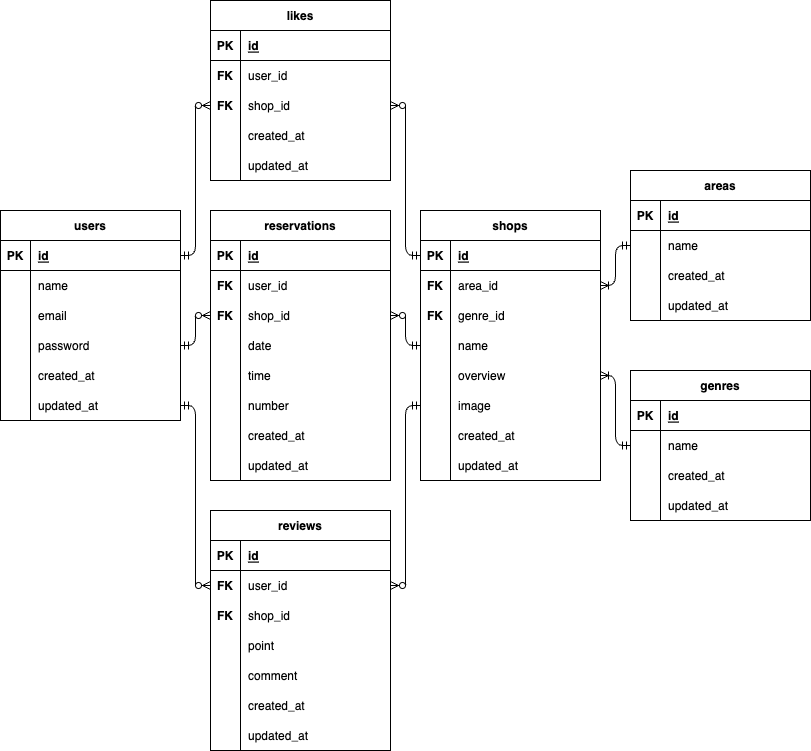
Above: er.drawio.png in Naganuma-Mai/rese (draw.io), before the change. Source tidied: cells renumbered, new cells last; positions are measured from the earlier drawing's top-left corner, leaving out a move shared by most shapes.
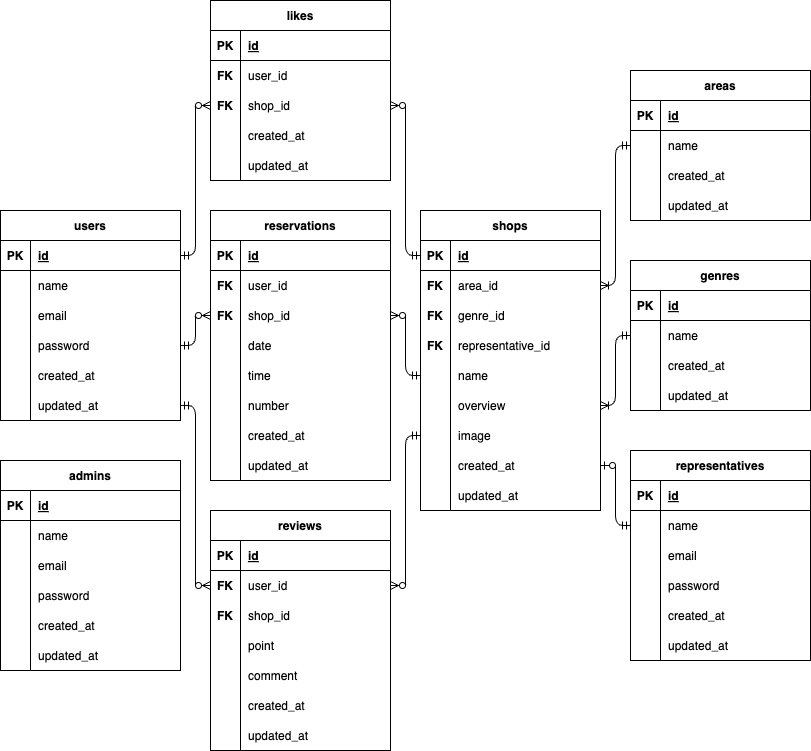
Above is the later version.

Change to the diagram source:
```diff
@@ -3,7 +3,7 @@
     <mxCell id="0" />
     <mxCell id="1" parent="0" />
     <mxCell id="2" value="shops" style="shape=table;startSize=30;rowLines=0;fontStyle=1;align=center;" parent="1" vertex="1">
-      <mxGeometry x="420" y="210" width="180" height="270" as="geometry" />
+      <mxGeometry x="420" y="210" width="180" height="300" as="geometry" />
     </mxCell>
     <mxCell id="3" style="shape=tableRow;horizontal=0;startSize=0;swimlaneHead=0;swimlaneBody=0;fillColor=none;points=[[0,0.5],[1,0.5]];portConstraint=eastwest;top=0;left=0;right=0;bottom=1;" parent="2" vertex="1">
       <mxGeometry y="30" width="180" height="30" as="geometry" />
@@ -32,8 +32,17 @@
     <mxCell id="11" value="genre_id" style="shape=partialRectangle;fillColor=none;top=0;left=0;bottom=0;right=0;align=left;spacingLeft=6;overflow=hidden;" parent="9" vertex="1">
       <mxGeometry x="30" width="150" height="30" as="geometry" />
     </mxCell>
+    <mxCell id="143" style="shape=tableRow;horizontal=0;startSize=0;swimlaneHead=0;swimlaneBody=0;fillColor=none;top=0;left=0;right=0;bottom=0;" parent="2" vertex="1">
+      <mxGeometry y="120" width="180" height="30" as="geometry" />
+    </mxCell>
+    <mxCell id="144" value="FK" style="shape=partialRectangle;fillColor=none;top=0;left=0;bottom=0;right=0;overflow=hidden;fontStyle=1;" parent="143" vertex="1">
+      <mxGeometry width="30" height="30" as="geometry" />
+    </mxCell>
+    <mxCell id="145" value="representative_id" style="shape=partialRectangle;fillColor=none;top=0;left=0;bottom=0;right=0;align=left;spacingLeft=6;overflow=hidden;" parent="143" vertex="1">
+      <mxGeometry x="30" width="150" height="30" as="geometry" />
+    </mxCell>
     <mxCell id="12" style="shape=tableRow;horizontal=0;startSize=0;swimlaneHead=0;swimlaneBody=0;fillColor=none;points=[[0,0.5],[1,0.5]];portConstraint=eastwest;top=0;left=0;right=0;bottom=0;" parent="2" vertex="1">
-      <mxGeometry y="120" width="180" height="30" as="geometry" />
+      <mxGeometry y="150" width="180" height="30" as="geometry" />
     </mxCell>
     <mxCell id="13" style="shape=partialRectangle;fillColor=none;top=0;left=0;bottom=0;right=0;overflow=hidden;" parent="12" vertex="1">
       <mxGeometry width="30" height="30" as="geometry" />
@@ -42,7 +51,7 @@
       <mxGeometry x="30" width="150" height="30" as="geometry" />
     </mxCell>
     <mxCell id="15" style="shape=tableRow;horizontal=0;startSize=0;swimlaneHead=0;swimlaneBody=0;fillColor=none;points=[[0,0.5],[1,0.5]];portConstraint=eastwest;top=0;left=0;right=0;bottom=0;" parent="2" vertex="1">
-      <mxGeometry y="150" width="180" height="30" as="geometry" />
+      <mxGeometry y="180" width="180" height="30" as="geometry" />
     </mxCell>
     <mxCell id="16" style="shape=partialRectangle;fillColor=none;top=0;left=0;bottom=0;right=0;overflow=hidden;" parent="15" vertex="1">
       <mxGeometry width="30" height="30" as="geometry" />
@@ -51,7 +60,7 @@
       <mxGeometry x="30" width="150" height="30" as="geometry" />
     </mxCell>
     <mxCell id="18" style="shape=tableRow;horizontal=0;startSize=0;swimlaneHead=0;swimlaneBody=0;fillColor=none;points=[[0,0.5],[1,0.5]];portConstraint=eastwest;top=0;left=0;right=0;bottom=0;" parent="2" vertex="1">
-      <mxGeometry y="180" width="180" height="30" as="geometry" />
+      <mxGeometry y="210" width="180" height="30" as="geometry" />
     </mxCell>
     <mxCell id="19" style="shape=partialRectangle;fillColor=none;top=0;left=0;bottom=0;right=0;overflow=hidden;" parent="18" vertex="1">
       <mxGeometry width="30" height="30" as="geometry" />
@@ -60,7 +69,7 @@
       <mxGeometry x="30" width="150" height="30" as="geometry" />
     </mxCell>
     <mxCell id="21" style="shape=tableRow;horizontal=0;startSize=0;swimlaneHead=0;swimlaneBody=0;fillColor=none;points=[[0,0.5],[1,0.5]];portConstraint=eastwest;top=0;left=0;right=0;bottom=0;" parent="2" vertex="1">
-      <mxGeometry y="210" width="180" height="30" as="geometry" />
+      <mxGeometry y="240" width="180" height="30" as="geometry" />
     </mxCell>
     <mxCell id="22" style="shape=partialRectangle;fillColor=none;top=0;left=0;bottom=0;right=0;overflow=hidden;" parent="21" vertex="1">
       <mxGeometry width="30" height="30" as="geometry" />
@@ -69,7 +78,7 @@
       <mxGeometry x="30" width="150" height="30" as="geometry" />
     </mxCell>
     <mxCell id="24" style="shape=tableRow;horizontal=0;startSize=0;swimlaneHead=0;swimlaneBody=0;fillColor=none;top=0;left=0;right=0;bottom=0;" parent="2" vertex="1">
-      <mxGeometry y="240" width="180" height="30" as="geometry" />
+      <mxGeometry y="270" width="180" height="30" as="geometry" />
     </mxCell>
     <mxCell id="25" style="shape=partialRectangle;fillColor=none;top=0;left=0;bottom=0;right=0;overflow=hidden;" parent="24" vertex="1">
       <mxGeometry width="30" height="30" as="geometry" />
@@ -138,7 +147,7 @@
       <mxGeometry relative="1" as="geometry" />
     </mxCell>
     <mxCell id="47" value="areas" style="shape=table;startSize=30;rowLines=0;fontStyle=1;align=center;" parent="1" vertex="1">
-      <mxGeometry x="630" y="170" width="180" height="150" as="geometry" />
+      <mxGeometry x="630" y="70" width="180" height="150" as="geometry" />
     </mxCell>
     <mxCell id="48" style="shape=tableRow;horizontal=0;startSize=0;swimlaneHead=0;swimlaneBody=0;fillColor=none;top=0;left=0;right=0;bottom=1;" parent="47" vertex="1">
       <mxGeometry y="30" width="180" height="30" as="geometry" />
@@ -177,7 +186,7 @@
       <mxGeometry x="30" width="150" height="30" as="geometry" />
     </mxCell>
     <mxCell id="60" value="genres" style="shape=table;startSize=30;rowLines=0;fontStyle=1;align=center;" parent="1" vertex="1">
-      <mxGeometry x="630" y="370" width="180" height="150" as="geometry" />
+      <mxGeometry x="630" y="260" width="180" height="150" as="geometry" />
     </mxCell>
     <mxCell id="61" style="shape=tableRow;horizontal=0;startSize=0;swimlaneHead=0;swimlaneBody=0;fillColor=none;top=0;left=0;right=0;bottom=1;" parent="60" vertex="1">
       <mxGeometry y="30" width="180" height="30" as="geometry" />
@@ -425,5 +434,122 @@
     <mxCell id="142" style="edgeStyle=orthogonalEdgeStyle;html=1;exitX=1;exitY=0.5;exitDx=0;exitDy=0;entryX=0;entryY=0.5;entryDx=0;entryDy=0;endArrow=ERzeroToMany;endFill=0;startArrow=ERmandOne;startFill=0;" parent="1" edge="1" source="43" target="123">
       <mxGeometry relative="1" as="geometry" />
     </mxCell>
+    <mxCell id="146" value="admins" style="shape=table;startSize=30;rowLines=0;fontStyle=1;align=center;" parent="1" vertex="1">
+      <mxGeometry y="460" width="180" height="210" as="geometry" />
+    </mxCell>
+    <mxCell id="147" style="shape=tableRow;horizontal=0;startSize=0;swimlaneHead=0;swimlaneBody=0;fillColor=none;top=0;left=0;right=0;bottom=1;" parent="146" vertex="1">
+      <mxGeometry y="30" width="180" height="30" as="geometry" />
+    </mxCell>
+    <mxCell id="148" value="PK" style="shape=partialRectangle;fillColor=none;top=0;left=0;bottom=0;right=0;fontStyle=1;overflow=hidden;" parent="147" vertex="1">
+      <mxGeometry width="30" height="30" as="geometry" />
+    </mxCell>
+    <mxCell id="149" value="id" style="shape=partialRectangle;fillColor=none;top=0;left=0;bottom=0;right=0;align=left;spacingLeft=6;fontStyle=5;overflow=hidden;" parent="147" vertex="1">
+      <mxGeometry x="30" width="150" height="30" as="geometry" />
+    </mxCell>
+    <mxCell id="150" style="shape=tableRow;horizontal=0;startSize=0;swimlaneHead=0;swimlaneBody=0;fillColor=none;top=0;left=0;right=0;bottom=0;" parent="146" vertex="1">
+      <mxGeometry y="60" width="180" height="30" as="geometry" />
+    </mxCell>
+    <mxCell id="151" style="shape=partialRectangle;fillColor=none;top=0;left=0;bottom=0;right=0;overflow=hidden;" parent="150" vertex="1">
+      <mxGeometry width="30" height="30" as="geometry" />
+    </mxCell>
+    <mxCell id="152" value="name" style="shape=partialRectangle;fillColor=none;top=0;left=0;bottom=0;right=0;align=left;spacingLeft=6;overflow=hidden;" parent="150" vertex="1">
+      <mxGeometry x="30" width="150" height="30" as="geometry" />
+    </mxCell>
+    <mxCell id="153" style="shape=tableRow;horizontal=0;startSize=0;swimlaneHead=0;swimlaneBody=0;fillColor=none;top=0;left=0;right=0;bottom=0;" parent="146" vertex="1">
+      <mxGeometry y="90" width="180" height="30" as="geometry" />
+    </mxCell>
+    <mxCell id="154" style="shape=partialRectangle;fillColor=none;top=0;left=0;bottom=0;right=0;overflow=hidden;" parent="153" vertex="1">
+      <mxGeometry width="30" height="30" as="geometry" />
+    </mxCell>
+    <mxCell id="155" value="email" style="shape=partialRectangle;fillColor=none;top=0;left=0;bottom=0;right=0;align=left;spacingLeft=6;overflow=hidden;" parent="153" vertex="1">
+      <mxGeometry x="30" width="150" height="30" as="geometry" />
+    </mxCell>
+    <mxCell id="156" style="shape=tableRow;horizontal=0;startSize=0;swimlaneHead=0;swimlaneBody=0;fillColor=none;top=0;left=0;right=0;bottom=0;" parent="146" vertex="1">
+      <mxGeometry y="120" width="180" height="30" as="geometry" />
+    </mxCell>
+    <mxCell id="157" style="shape=partialRectangle;fillColor=none;top=0;left=0;bottom=0;right=0;overflow=hidden;" parent="156" vertex="1">
+      <mxGeometry width="30" height="30" as="geometry" />
+    </mxCell>
+    <mxCell id="158" value="password" style="shape=partialRectangle;fillColor=none;top=0;left=0;bottom=0;right=0;align=left;spacingLeft=6;overflow=hidden;" parent="156" vertex="1">
+      <mxGeometry x="30" width="150" height="30" as="geometry" />
+    </mxCell>
+    <mxCell id="159" style="shape=tableRow;horizontal=0;startSize=0;swimlaneHead=0;swimlaneBody=0;fillColor=none;top=0;left=0;right=0;bottom=0;" parent="146" vertex="1">
+      <mxGeometry y="150" width="180" height="30" as="geometry" />
+    </mxCell>
+    <mxCell id="160" style="shape=partialRectangle;fillColor=none;top=0;left=0;bottom=0;right=0;overflow=hidden;" parent="159" vertex="1">
+      <mxGeometry width="30" height="30" as="geometry" />
+    </mxCell>
+    <mxCell id="161" value="created_at" style="shape=partialRectangle;fillColor=none;top=0;left=0;bottom=0;right=0;align=left;spacingLeft=6;overflow=hidden;" parent="159" vertex="1">
+      <mxGeometry x="30" width="150" height="30" as="geometry" />
+    </mxCell>
+    <mxCell id="162" style="shape=tableRow;horizontal=0;startSize=0;swimlaneHead=0;swimlaneBody=0;fillColor=none;top=0;left=0;right=0;bottom=0;" parent="146" vertex="1">
+      <mxGeometry y="180" width="180" height="30" as="geometry" />
+    </mxCell>
+    <mxCell id="163" style="shape=partialRectangle;fillColor=none;top=0;left=0;bottom=0;right=0;overflow=hidden;" parent="162" vertex="1">
+      <mxGeometry width="30" height="30" as="geometry" />
+    </mxCell>
+    <mxCell id="164" value="updated_at" style="shape=partialRectangle;fillColor=none;top=0;left=0;bottom=0;right=0;align=left;spacingLeft=6;overflow=hidden;" parent="162" vertex="1">
+      <mxGeometry x="30" width="150" height="30" as="geometry" />
+    </mxCell>
+    <mxCell id="165" value="representatives" style="shape=table;startSize=30;rowLines=0;fontStyle=1;align=center;" parent="1" vertex="1">
+      <mxGeometry x="630" y="450" width="180" height="210" as="geometry" />
+    </mxCell>
+    <mxCell id="166" style="shape=tableRow;horizontal=0;startSize=0;swimlaneHead=0;swimlaneBody=0;fillColor=none;top=0;left=0;right=0;bottom=1;" parent="165" vertex="1">
+      <mxGeometry y="30" width="180" height="30" as="geometry" />
+    </mxCell>
+    <mxCell id="167" value="PK" style="shape=partialRectangle;fillColor=none;top=0;left=0;bottom=0;right=0;fontStyle=1;overflow=hidden;" parent="166" vertex="1">
+      <mxGeometry width="30" height="30" as="geometry" />
+    </mxCell>
+    <mxCell id="168" value="id" style="shape=partialRectangle;fillColor=none;top=0;left=0;bottom=0;right=0;align=left;spacingLeft=6;fontStyle=5;overflow=hidden;" parent="166" vertex="1">
+      <mxGeometry x="30" width="150" height="30" as="geometry" />
+    </mxCell>
+    <mxCell id="169" style="shape=tableRow;horizontal=0;startSize=0;swimlaneHead=0;swimlaneBody=0;fillColor=none;points=[[0,0.5],[1,0.5]];portConstraint=eastwest;top=0;left=0;right=0;bottom=0;" parent="165" vertex="1">
+      <mxGeometry y="60" width="180" height="30" as="geometry" />
+    </mxCell>
+    <mxCell id="170" style="shape=partialRectangle;fillColor=none;top=0;left=0;bottom=0;right=0;overflow=hidden;" parent="169" vertex="1">
+      <mxGeometry width="30" height="30" as="geometry" />
+    </mxCell>
+    <mxCell id="171" value="name" style="shape=partialRectangle;fillColor=none;top=0;left=0;bottom=0;right=0;align=left;spacingLeft=6;overflow=hidden;" parent="169" vertex="1">
+      <mxGeometry x="30" width="150" height="30" as="geometry" />
+    </mxCell>
+    <mxCell id="172" style="shape=tableRow;horizontal=0;startSize=0;swimlaneHead=0;swimlaneBody=0;fillColor=none;top=0;left=0;right=0;bottom=0;" parent="165" vertex="1">
+      <mxGeometry y="90" width="180" height="30" as="geometry" />
+    </mxCell>
+    <mxCell id="173" style="shape=partialRectangle;fillColor=none;top=0;left=0;bottom=0;right=0;overflow=hidden;" parent="172" vertex="1">
+      <mxGeometry width="30" height="30" as="geometry" />
+    </mxCell>
+    <mxCell id="174" value="email" style="shape=partialRectangle;fillColor=none;top=0;left=0;bottom=0;right=0;align=left;spacingLeft=6;overflow=hidden;" parent="172" vertex="1">
+      <mxGeometry x="30" width="150" height="30" as="geometry" />
+    </mxCell>
+    <mxCell id="175" style="shape=tableRow;horizontal=0;startSize=0;swimlaneHead=0;swimlaneBody=0;fillColor=none;top=0;left=0;right=0;bottom=0;" parent="165" vertex="1">
+      <mxGeometry y="120" width="180" height="30" as="geometry" />
+    </mxCell>
+    <mxCell id="176" style="shape=partialRectangle;fillColor=none;top=0;left=0;bottom=0;right=0;overflow=hidden;" parent="175" vertex="1">
+      <mxGeometry width="30" height="30" as="geometry" />
+    </mxCell>
+    <mxCell id="177" value="password" style="shape=partialRectangle;fillColor=none;top=0;left=0;bottom=0;right=0;align=left;spacingLeft=6;overflow=hidden;" parent="175" vertex="1">
+      <mxGeometry x="30" width="150" height="30" as="geometry" />
+    </mxCell>
+    <mxCell id="178" style="shape=tableRow;horizontal=0;startSize=0;swimlaneHead=0;swimlaneBody=0;fillColor=none;top=0;left=0;right=0;bottom=0;" parent="165" vertex="1">
+      <mxGeometry y="150" width="180" height="30" as="geometry" />
+    </mxCell>
+    <mxCell id="179" style="shape=partialRectangle;fillColor=none;top=0;left=0;bottom=0;right=0;overflow=hidden;" parent="178" vertex="1">
+      <mxGeometry width="30" height="30" as="geometry" />
+    </mxCell>
+    <mxCell id="180" value="created_at" style="shape=partialRectangle;fillColor=none;top=0;left=0;bottom=0;right=0;align=left;spacingLeft=6;overflow=hidden;" parent="178" vertex="1">
+      <mxGeometry x="30" width="150" height="30" as="geometry" />
+    </mxCell>
+    <mxCell id="181" style="shape=tableRow;horizontal=0;startSize=0;swimlaneHead=0;swimlaneBody=0;fillColor=none;top=0;left=0;right=0;bottom=0;" parent="165" vertex="1">
+      <mxGeometry y="180" width="180" height="30" as="geometry" />
+    </mxCell>
+    <mxCell id="182" style="shape=partialRectangle;fillColor=none;top=0;left=0;bottom=0;right=0;overflow=hidden;" parent="181" vertex="1">
+      <mxGeometry width="30" height="30" as="geometry" />
+    </mxCell>
+    <mxCell id="183" value="updated_at" style="shape=partialRectangle;fillColor=none;top=0;left=0;bottom=0;right=0;align=left;spacingLeft=6;overflow=hidden;" parent="181" vertex="1">
+      <mxGeometry x="30" width="150" height="30" as="geometry" />
+    </mxCell>
+    <mxCell id="184" style="edgeStyle=orthogonalEdgeStyle;html=1;exitX=1;exitY=0.5;exitDx=0;exitDy=0;entryX=0;entryY=0.5;entryDx=0;entryDy=0;startArrow=ERzeroToOne;startFill=0;endArrow=ERmandOne;endFill=0;" parent="1" edge="1" source="21" target="169">
+      <mxGeometry relative="1" as="geometry" />
+    </mxCell>
   </root>
 </mxGraphModel>
```
